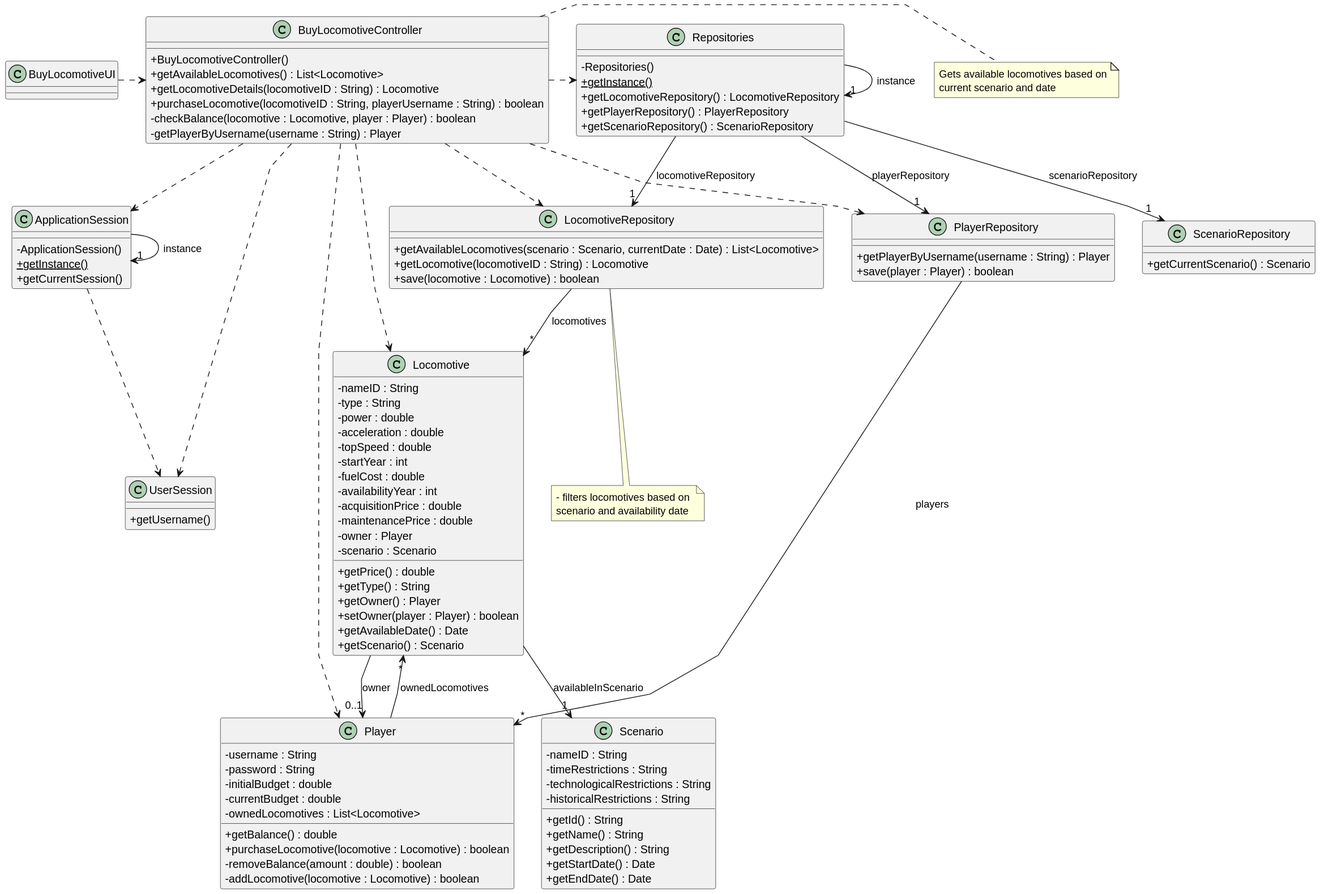
The PlantUML diagram docs/system-documentation/Sprint 2/US09/03.design/svg/US09-CD.svg in HenriqueSilva18/Railway-Network-Simulator, before a commit.
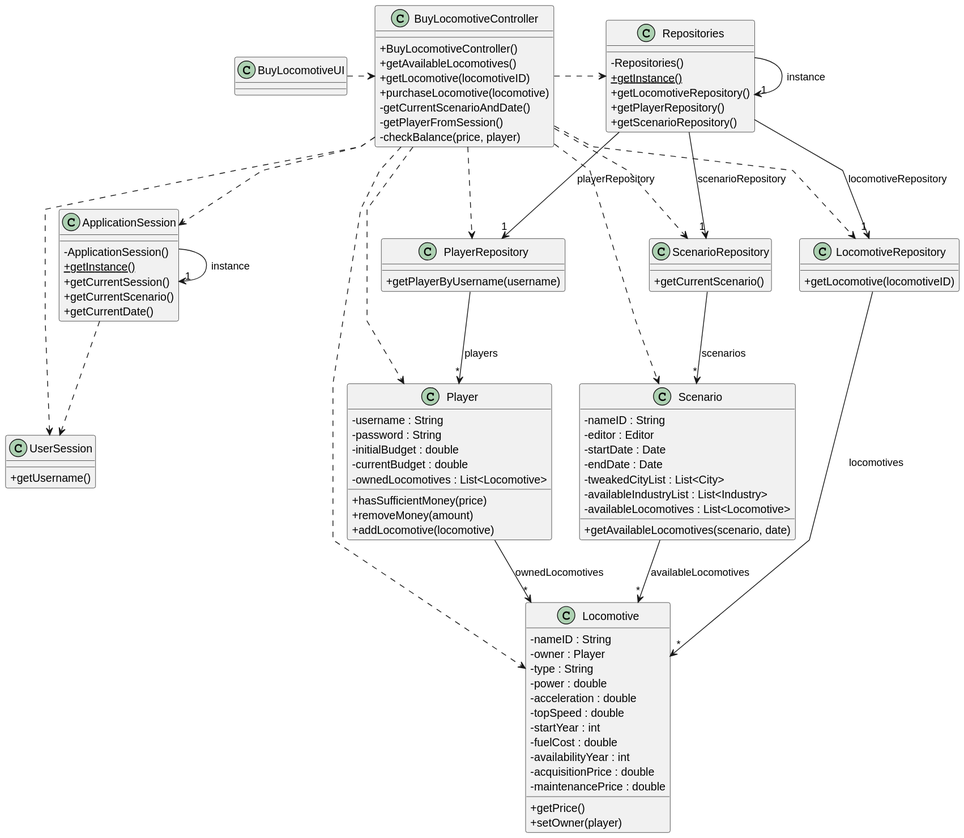
The same file after the commit.

The edit, as a diff of the source:
```diff
@@ -6,15 +6,15 @@
 skinparam classAttributeIconSize 0
 
 
-class ApplicationSession
-{
+class ApplicationSession {
     - ApplicationSession()
     + {static} getInstance()
     + getCurrentSession()
+    + getCurrentScenario()
+    + getCurrentDate()
 }
 
-class UserSession
-{
+class UserSession {
     + getUsername()
 }
 
@@ -25,14 +25,14 @@
     - currentBudget : double
     - ownedLocomotives : List<Locomotive>
 
-    + getBalance() : double
-    + purchaseLocomotive(locomotive : Locomotive) : boolean
-    - removeBalance(amount : double) : boolean
-    - addLocomotive(locomotive : Locomotive) : boolean
+    + hasSufficientMoney(price)
+    + removeMoney(amount)
+    + addLocomotive(locomotive)
 }
 
 class Locomotive {
     - nameID : String
+    - owner : Player
     - type : String
     - power : double
     - acceleration : double
@@ -42,71 +42,52 @@
     - availabilityYear : int
     - acquisitionPrice : double
     - maintenancePrice : double
-    - owner : Player
-    - scenario : Scenario
 
-    + getPrice() : double
-    + getType() : String
-    + getOwner() : Player
-    + setOwner(player : Player) : boolean
-    + getAvailableDate() : Date
-    + getScenario() : Scenario
+    + getPrice()
+    + setOwner(player)
 }
 
 class Scenario {
     - nameID : String
-    - timeRestrictions : String
-    - technologicalRestrictions : String
-    - historicalRestrictions : String
+    - editor : Editor
+    - startDate : Date
+    - endDate : Date
+    - tweakedCityList : List<City>
+    - availableIndustryList : List<Industry>
+    - availableLocomotives : List<Locomotive>
 
-    + getId() : String
-    + getName() : String
-    + getDescription() : String
-    + getStartDate() : Date
-    + getEndDate() : Date
+    + getAvailableLocomotives(scenario, date)
 }
 
 class LocomotiveRepository {
-    + getAvailableLocomotives(scenario : Scenario, currentDate : Date) : List<Locomotive>
-    + getLocomotive(locomotiveID : String) : Locomotive
-    + save(locomotive : Locomotive) : boolean
+    + getLocomotive(locomotiveID)
 }
 
 class PlayerRepository {
-    + getPlayerByUsername(username : String) : Player
-    + save(player : Player) : boolean
+    + getPlayerByUsername(username)
 }
 
 class ScenarioRepository {
-    + getCurrentScenario() : Scenario
+    + getCurrentScenario()
 }
 
 class Repositories {
     - Repositories()
     + {static} getInstance()
-    + getLocomotiveRepository() : LocomotiveRepository
-    + getPlayerRepository() : PlayerRepository
-    + getScenarioRepository() : ScenarioRepository
+    + getLocomotiveRepository()
+    + getPlayerRepository()
+    + getScenarioRepository()
 }
 
 class BuyLocomotiveController {
     + BuyLocomotiveController()
-    + getAvailableLocomotives() : List<Locomotive>
-    + getLocomotiveDetails(locomotiveID : String) : Locomotive
-    + purchaseLocomotive(locomotiveID : String, playerUsername : String) : boolean
-    - checkBalance(locomotive : Locomotive, player : Player) : boolean
-    - getPlayerByUsername(username : String) : Player
+    + getAvailableLocomotives()
+    + getLocomotive(locomotiveID)
+    + purchaseLocomotive(locomotive)
+    - getCurrentScenarioAndDate()
+    - getPlayerFromSession()
+    - checkBalance(price, player)
 }
-
-note right of BuyLocomotiveController
-    Gets available locomotives based on
-    current scenario and date
-end note
-
-note bottom of LocomotiveRepository
-    - filters locomotives based on
-    scenario and availability date
-end note
 
 class BuyLocomotiveUI {
 }
@@ -119,6 +100,8 @@
 BuyLocomotiveController ..> LocomotiveRepository
 BuyLocomotiveController ..> Player
 BuyLocomotiveController ..> PlayerRepository
+BuyLocomotiveController ..> Scenario
+BuyLocomotiveController ..> ScenarioRepository
 BuyLocomotiveController .> Repositories
 
 Repositories -> "1" Repositories : instance
@@ -130,10 +113,9 @@
 ApplicationSession ..> UserSession
 
 LocomotiveRepository --> "*" Locomotive : locomotives
-
 PlayerRepository --> "*" Player : players
+ScenarioRepository --> "*" Scenario : scenarios
 
 Player --> "*" Locomotive : ownedLocomotives
-Locomotive --> "0..1" Player : owner
-Locomotive --> "1" Scenario : availableInScenario
+Scenario --> "*" Locomotive : availableLocomotives
 @enduml
```
